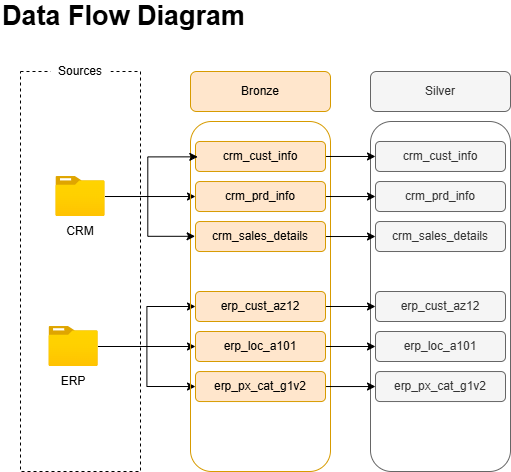
Anushka-Srivastava159/SQL keeps this draw.io diagram as DAta flow diagram.drawio.png. Above is the earlier version. Source tidied: cells renumbered, new cells last; positions are measured from the earlier drawing's top-left corner, leaving out a move shared by most shapes. Its diagram source:
```xml
<mxGraphModel>
  <root>
    <mxCell id="0" />
    <mxCell id="1" parent="0" />
    <mxCell id="2" value="Data Flow Diagram" style="text;html=1;whiteSpace=wrap;strokeColor=none;fillColor=none;align=left;verticalAlign=middle;rounded=0;fontStyle=1;fontSize=27;" parent="1" vertex="1">
      <mxGeometry width="310" height="30" as="geometry" />
    </mxCell>
    <mxCell id="3" style="rounded=0;whiteSpace=wrap;html=1;fillColor=none;dashed=1;" parent="1" vertex="1">
      <mxGeometry x="20" y="70" width="120" height="400" as="geometry" />
    </mxCell>
    <mxCell id="4" value="Sources" style="text;html=1;whiteSpace=wrap;strokeColor=none;fillColor=default;align=center;verticalAlign=middle;rounded=0;" parent="1" vertex="1">
      <mxGeometry x="50" y="50" width="60" height="40" as="geometry" />
    </mxCell>
    <mxCell id="5" style="edgeStyle=orthogonalEdgeStyle;rounded=0;jettySize=auto;html=1;entryX=0;entryY=0.5;entryDx=0;entryDy=0;" parent="1" edge="1" source="6" target="24">
      <mxGeometry relative="1" as="geometry" />
    </mxCell>
    <mxCell id="6" style="image;html=1;points=[];align=center;fontSize=12;image=img/lib/azure2/general/Folder_Blank.svg;" parent="1" vertex="1">
      <mxGeometry x="55.4" y="175" width="49.2" height="40" as="geometry" />
    </mxCell>
    <mxCell id="7" style="edgeStyle=orthogonalEdgeStyle;rounded=0;jettySize=auto;html=1;entryX=0;entryY=0.5;entryDx=0;entryDy=0;" parent="1" edge="1" source="10" target="21">
      <mxGeometry relative="1" as="geometry" />
    </mxCell>
    <mxCell id="8" style="edgeStyle=orthogonalEdgeStyle;rounded=0;jettySize=auto;html=1;entryX=0;entryY=0.5;entryDx=0;entryDy=0;" parent="1" edge="1" source="10" target="27">
      <mxGeometry relative="1" as="geometry" />
    </mxCell>
    <mxCell id="9" style="edgeStyle=orthogonalEdgeStyle;rounded=0;jettySize=auto;html=1;entryX=0;entryY=0.5;entryDx=0;entryDy=0;" parent="1" edge="1" source="10" target="33">
      <mxGeometry relative="1" as="geometry" />
    </mxCell>
    <mxCell id="10" style="image;html=1;points=[];align=center;fontSize=12;image=img/lib/azure2/general/Folder_Blank.svg;" parent="1" vertex="1">
      <mxGeometry x="48.5" y="325" width="49.2" height="40" as="geometry" />
    </mxCell>
    <mxCell id="11" value="CRM" style="text;html=1;whiteSpace=wrap;strokeColor=none;fillColor=none;align=center;verticalAlign=middle;rounded=0;" parent="1" vertex="1">
      <mxGeometry x="55.4" y="215" width="50" height="30" as="geometry" />
    </mxCell>
    <mxCell id="12" value="ERP" style="text;html=1;whiteSpace=wrap;strokeColor=none;fillColor=none;align=center;verticalAlign=middle;rounded=0;" parent="1" vertex="1">
      <mxGeometry x="48.5" y="365" width="50" height="30" as="geometry" />
    </mxCell>
    <mxCell id="13" style="rounded=1;whiteSpace=wrap;html=1;fillColor=none;strokeColor=#d79b00;" parent="1" vertex="1">
      <mxGeometry x="190" y="120" width="140" height="350" as="geometry" />
    </mxCell>
    <mxCell id="14" style="rounded=1;whiteSpace=wrap;html=1;fillColor=none;strokeColor=#666666;fontColor=#333333;" parent="1" vertex="1">
      <mxGeometry x="370" y="120" width="140" height="350" as="geometry" />
    </mxCell>
    <mxCell id="15" value="Bronze" style="text;html=1;whiteSpace=wrap;strokeColor=#d79b00;fillColor=#ffe6cc;align=center;verticalAlign=middle;rounded=1;" parent="1" vertex="1">
      <mxGeometry x="190" y="70" width="140" height="40" as="geometry" />
    </mxCell>
    <mxCell id="16" value="Silver" style="text;html=1;whiteSpace=wrap;strokeColor=#666666;fillColor=#f5f5f5;align=center;verticalAlign=middle;rounded=1;fontColor=#333333;" parent="1" vertex="1">
      <mxGeometry x="370" y="70" width="140" height="40" as="geometry" />
    </mxCell>
    <mxCell id="17" style="edgeStyle=orthogonalEdgeStyle;rounded=0;jettySize=auto;html=1;exitX=1;exitY=0.5;exitDx=0;exitDy=0;entryX=0;entryY=0.5;entryDx=0;entryDy=0;" parent="1" edge="1" source="18" target="19">
      <mxGeometry relative="1" as="geometry" />
    </mxCell>
    <mxCell id="18" value="crm_cust_info" style="text;html=1;whiteSpace=wrap;strokeColor=#d79b00;fillColor=#ffe6cc;align=center;verticalAlign=middle;rounded=1;" parent="1" vertex="1">
      <mxGeometry x="195" y="140" width="130" height="30" as="geometry" />
    </mxCell>
    <mxCell id="19" value="crm_cust_info" style="text;html=1;whiteSpace=wrap;strokeColor=#666666;fillColor=#f5f5f5;align=center;verticalAlign=middle;rounded=1;fontColor=#333333;" parent="1" vertex="1">
      <mxGeometry x="375" y="140" width="130" height="30" as="geometry" />
    </mxCell>
    <mxCell id="20" style="edgeStyle=orthogonalEdgeStyle;rounded=0;jettySize=auto;html=1;exitX=1;exitY=0.5;exitDx=0;exitDy=0;entryX=0;entryY=0.5;entryDx=0;entryDy=0;" parent="1" edge="1" source="21" target="22">
      <mxGeometry relative="1" as="geometry" />
    </mxCell>
    <mxCell id="21" value="erp_cust_az12" style="text;html=1;whiteSpace=wrap;strokeColor=#d79b00;fillColor=#ffe6cc;align=center;verticalAlign=middle;rounded=1;" parent="1" vertex="1">
      <mxGeometry x="195" y="290" width="130" height="30" as="geometry" />
    </mxCell>
    <mxCell id="22" value="erp_cust_az12" style="text;html=1;whiteSpace=wrap;strokeColor=#666666;fillColor=#f5f5f5;align=center;verticalAlign=middle;rounded=1;fontColor=#333333;" parent="1" vertex="1">
      <mxGeometry x="375" y="290" width="130" height="30" as="geometry" />
    </mxCell>
    <mxCell id="23" style="edgeStyle=orthogonalEdgeStyle;rounded=0;jettySize=auto;html=1;exitX=1;exitY=0.5;exitDx=0;exitDy=0;entryX=0;entryY=0.5;entryDx=0;entryDy=0;" parent="1" edge="1" source="24" target="25">
      <mxGeometry relative="1" as="geometry" />
    </mxCell>
    <mxCell id="24" value="crm_prd_info" style="text;html=1;whiteSpace=wrap;strokeColor=#d79b00;fillColor=#ffe6cc;align=center;verticalAlign=middle;rounded=1;" parent="1" vertex="1">
      <mxGeometry x="195" y="180" width="130" height="30" as="geometry" />
    </mxCell>
    <mxCell id="25" value="crm_prd_info" style="text;html=1;whiteSpace=wrap;strokeColor=#666666;fillColor=#f5f5f5;align=center;verticalAlign=middle;rounded=1;fontColor=#333333;" parent="1" vertex="1">
      <mxGeometry x="375" y="180" width="130" height="30" as="geometry" />
    </mxCell>
    <mxCell id="26" style="edgeStyle=orthogonalEdgeStyle;rounded=0;jettySize=auto;html=1;exitX=1;exitY=0.5;exitDx=0;exitDy=0;" parent="1" edge="1" source="27" target="28">
      <mxGeometry relative="1" as="geometry" />
    </mxCell>
    <mxCell id="27" value="erp_loc_a101" style="text;html=1;whiteSpace=wrap;strokeColor=#d79b00;fillColor=#ffe6cc;align=center;verticalAlign=middle;rounded=1;" parent="1" vertex="1">
      <mxGeometry x="195" y="330" width="130" height="30" as="geometry" />
    </mxCell>
    <mxCell id="28" value="erp_loc_a101" style="text;html=1;whiteSpace=wrap;strokeColor=#666666;fillColor=#f5f5f5;align=center;verticalAlign=middle;rounded=1;fontColor=#333333;" parent="1" vertex="1">
      <mxGeometry x="375" y="330" width="130" height="30" as="geometry" />
    </mxCell>
    <mxCell id="29" style="edgeStyle=orthogonalEdgeStyle;rounded=0;jettySize=auto;html=1;exitX=1;exitY=0.5;exitDx=0;exitDy=0;entryX=0;entryY=0.5;entryDx=0;entryDy=0;" parent="1" edge="1" source="30" target="31">
      <mxGeometry relative="1" as="geometry" />
    </mxCell>
    <mxCell id="30" value="crm_sales_details" style="text;html=1;whiteSpace=wrap;strokeColor=#d79b00;fillColor=#ffe6cc;align=center;verticalAlign=middle;rounded=1;" parent="1" vertex="1">
      <mxGeometry x="195" y="220" width="130" height="30" as="geometry" />
    </mxCell>
    <mxCell id="31" value="crm_sales_details" style="text;html=1;whiteSpace=wrap;strokeColor=#666666;fillColor=#f5f5f5;align=center;verticalAlign=middle;rounded=1;fontColor=#333333;" parent="1" vertex="1">
      <mxGeometry x="375" y="220" width="130" height="30" as="geometry" />
    </mxCell>
    <mxCell id="32" style="edgeStyle=orthogonalEdgeStyle;rounded=0;jettySize=auto;html=1;exitX=1;exitY=0.5;exitDx=0;exitDy=0;entryX=0;entryY=0.5;entryDx=0;entryDy=0;" parent="1" edge="1" source="33" target="34">
      <mxGeometry relative="1" as="geometry" />
    </mxCell>
    <mxCell id="33" value="erp_px_cat_g1v2" style="text;html=1;whiteSpace=wrap;strokeColor=#d79b00;fillColor=#ffe6cc;align=center;verticalAlign=middle;rounded=1;" parent="1" vertex="1">
      <mxGeometry x="195" y="370" width="130" height="30" as="geometry" />
    </mxCell>
    <mxCell id="34" value="erp_px_cat_g1v2" style="text;html=1;whiteSpace=wrap;strokeColor=#666666;fillColor=#f5f5f5;align=center;verticalAlign=middle;rounded=1;fontColor=#333333;" parent="1" vertex="1">
      <mxGeometry x="375" y="370" width="130" height="30" as="geometry" />
    </mxCell>
    <mxCell id="35" style="edgeStyle=orthogonalEdgeStyle;rounded=0;jettySize=auto;html=1;entryX=0.052;entryY=0.101;entryDx=0;entryDy=0;entryPerimeter=0;" parent="1" edge="1" source="6" target="13">
      <mxGeometry relative="1" as="geometry" />
    </mxCell>
    <mxCell id="36" style="edgeStyle=orthogonalEdgeStyle;rounded=0;jettySize=auto;html=1;entryX=0.033;entryY=0.328;entryDx=0;entryDy=0;entryPerimeter=0;" parent="1" edge="1" source="6" target="13">
      <mxGeometry relative="1" as="geometry" />
    </mxCell>
  </root>
</mxGraphModel>
```
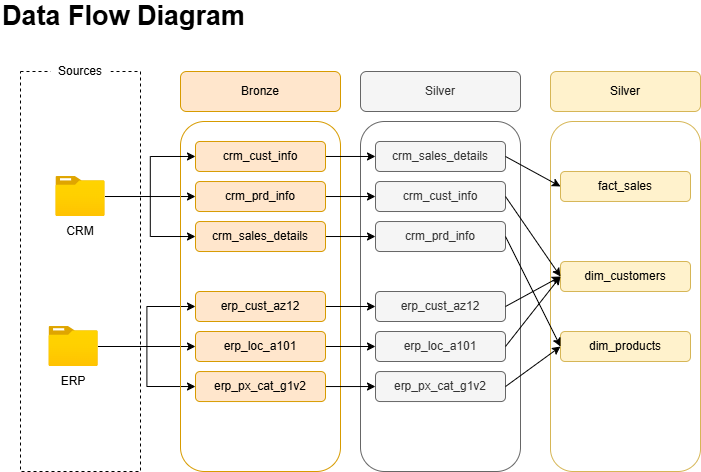
Above is the later version.

Commit message:
Update Data flow diagram.drawio.png

The edit, as a diff of the source:
```diff
@@ -36,26 +36,35 @@
       <mxGeometry x="48.5" y="365" width="50" height="30" as="geometry" />
     </mxCell>
     <mxCell id="13" style="rounded=1;whiteSpace=wrap;html=1;fillColor=none;strokeColor=#d79b00;" parent="1" vertex="1">
-      <mxGeometry x="190" y="120" width="140" height="350" as="geometry" />
+      <mxGeometry x="180" y="120" width="160" height="350" as="geometry" />
     </mxCell>
     <mxCell id="14" style="rounded=1;whiteSpace=wrap;html=1;fillColor=none;strokeColor=#666666;fontColor=#333333;" parent="1" vertex="1">
-      <mxGeometry x="370" y="120" width="140" height="350" as="geometry" />
+      <mxGeometry x="360" y="120" width="160" height="350" as="geometry" />
     </mxCell>
+    <mxCell id="37" style="rounded=1;whiteSpace=wrap;html=1;fillColor=none;strokeColor=#d6b656;" parent="1" vertex="1">
+      <mxGeometry x="550" y="120" width="150" height="350" as="geometry" />
+    </mxCell>
     <mxCell id="15" value="Bronze" style="text;html=1;whiteSpace=wrap;strokeColor=#d79b00;fillColor=#ffe6cc;align=center;verticalAlign=middle;rounded=1;" parent="1" vertex="1">
-      <mxGeometry x="190" y="70" width="140" height="40" as="geometry" />
+      <mxGeometry x="180" y="70" width="160" height="40" as="geometry" />
     </mxCell>
     <mxCell id="16" value="Silver" style="text;html=1;whiteSpace=wrap;strokeColor=#666666;fillColor=#f5f5f5;align=center;verticalAlign=middle;rounded=1;fontColor=#333333;" parent="1" vertex="1">
-      <mxGeometry x="370" y="70" width="140" height="40" as="geometry" />
+      <mxGeometry x="360" y="70" width="160" height="40" as="geometry" />
     </mxCell>
+    <mxCell id="38" value="Silver" style="text;html=1;whiteSpace=wrap;strokeColor=#d6b656;fillColor=#fff2cc;align=center;verticalAlign=middle;rounded=1;" parent="1" vertex="1">
+      <mxGeometry x="550" y="70" width="150" height="40" as="geometry" />
+    </mxCell>
     <mxCell id="17" style="edgeStyle=orthogonalEdgeStyle;rounded=0;jettySize=auto;html=1;exitX=1;exitY=0.5;exitDx=0;exitDy=0;entryX=0;entryY=0.5;entryDx=0;entryDy=0;" parent="1" edge="1" source="18" target="19">
       <mxGeometry relative="1" as="geometry" />
     </mxCell>
     <mxCell id="18" value="crm_cust_info" style="text;html=1;whiteSpace=wrap;strokeColor=#d79b00;fillColor=#ffe6cc;align=center;verticalAlign=middle;rounded=1;" parent="1" vertex="1">
       <mxGeometry x="195" y="140" width="130" height="30" as="geometry" />
     </mxCell>
-    <mxCell id="19" value="crm_cust_info" style="text;html=1;whiteSpace=wrap;strokeColor=#666666;fillColor=#f5f5f5;align=center;verticalAlign=middle;rounded=1;fontColor=#333333;" parent="1" vertex="1">
+    <mxCell id="19" value="crm_sales_details" style="text;html=1;whiteSpace=wrap;strokeColor=#666666;fillColor=#f5f5f5;align=center;verticalAlign=middle;rounded=1;fontColor=#333333;" parent="1" vertex="1">
       <mxGeometry x="375" y="140" width="130" height="30" as="geometry" />
     </mxCell>
+    <mxCell id="39" value="fact_sales" style="text;html=1;whiteSpace=wrap;strokeColor=#d6b656;fillColor=#fff2cc;align=center;verticalAlign=middle;rounded=1;" parent="1" vertex="1">
+      <mxGeometry x="560" y="170" width="130" height="30" as="geometry" />
+    </mxCell>
     <mxCell id="20" style="edgeStyle=orthogonalEdgeStyle;rounded=0;jettySize=auto;html=1;exitX=1;exitY=0.5;exitDx=0;exitDy=0;entryX=0;entryY=0.5;entryDx=0;entryDy=0;" parent="1" edge="1" source="21" target="22">
       <mxGeometry relative="1" as="geometry" />
     </mxCell>
@@ -71,9 +80,12 @@
     <mxCell id="24" value="crm_prd_info" style="text;html=1;whiteSpace=wrap;strokeColor=#d79b00;fillColor=#ffe6cc;align=center;verticalAlign=middle;rounded=1;" parent="1" vertex="1">
       <mxGeometry x="195" y="180" width="130" height="30" as="geometry" />
     </mxCell>
-    <mxCell id="25" value="crm_prd_info" style="text;html=1;whiteSpace=wrap;strokeColor=#666666;fillColor=#f5f5f5;align=center;verticalAlign=middle;rounded=1;fontColor=#333333;" parent="1" vertex="1">
+    <mxCell id="25" value="crm_cust_info" style="text;html=1;whiteSpace=wrap;strokeColor=#666666;fillColor=#f5f5f5;align=center;verticalAlign=middle;rounded=1;fontColor=#333333;" parent="1" vertex="1">
       <mxGeometry x="375" y="180" width="130" height="30" as="geometry" />
     </mxCell>
+    <mxCell id="40" value="dim_customers" style="text;html=1;whiteSpace=wrap;strokeColor=#d6b656;fillColor=#fff2cc;align=center;verticalAlign=middle;rounded=1;" parent="1" vertex="1">
+      <mxGeometry x="560" y="260" width="130" height="30" as="geometry" />
+    </mxCell>
     <mxCell id="26" style="edgeStyle=orthogonalEdgeStyle;rounded=0;jettySize=auto;html=1;exitX=1;exitY=0.5;exitDx=0;exitDy=0;" parent="1" edge="1" source="27" target="28">
       <mxGeometry relative="1" as="geometry" />
     </mxCell>
@@ -89,9 +101,12 @@
     <mxCell id="30" value="crm_sales_details" style="text;html=1;whiteSpace=wrap;strokeColor=#d79b00;fillColor=#ffe6cc;align=center;verticalAlign=middle;rounded=1;" parent="1" vertex="1">
       <mxGeometry x="195" y="220" width="130" height="30" as="geometry" />
     </mxCell>
-    <mxCell id="31" value="crm_sales_details" style="text;html=1;whiteSpace=wrap;strokeColor=#666666;fillColor=#f5f5f5;align=center;verticalAlign=middle;rounded=1;fontColor=#333333;" parent="1" vertex="1">
+    <mxCell id="31" value="crm_prd_info" style="text;html=1;whiteSpace=wrap;strokeColor=#666666;fillColor=#f5f5f5;align=center;verticalAlign=middle;rounded=1;fontColor=#333333;" parent="1" vertex="1">
       <mxGeometry x="375" y="220" width="130" height="30" as="geometry" />
     </mxCell>
+    <mxCell id="41" value="dim_products" style="text;html=1;whiteSpace=wrap;strokeColor=#d6b656;fillColor=#fff2cc;align=center;verticalAlign=middle;rounded=1;" parent="1" vertex="1">
+      <mxGeometry x="560" y="330" width="130" height="30" as="geometry" />
+    </mxCell>
     <mxCell id="32" style="edgeStyle=orthogonalEdgeStyle;rounded=0;jettySize=auto;html=1;exitX=1;exitY=0.5;exitDx=0;exitDy=0;entryX=0;entryY=0.5;entryDx=0;entryDy=0;" parent="1" edge="1" source="33" target="34">
       <mxGeometry relative="1" as="geometry" />
     </mxCell>
@@ -101,11 +116,29 @@
     <mxCell id="34" value="erp_px_cat_g1v2" style="text;html=1;whiteSpace=wrap;strokeColor=#666666;fillColor=#f5f5f5;align=center;verticalAlign=middle;rounded=1;fontColor=#333333;" parent="1" vertex="1">
       <mxGeometry x="375" y="370" width="130" height="30" as="geometry" />
     </mxCell>
-    <mxCell id="35" style="edgeStyle=orthogonalEdgeStyle;rounded=0;jettySize=auto;html=1;entryX=0.052;entryY=0.101;entryDx=0;entryDy=0;entryPerimeter=0;" parent="1" edge="1" source="6" target="13">
+    <mxCell id="35" style="edgeStyle=orthogonalEdgeStyle;rounded=0;jettySize=auto;html=1;entryX=0;entryY=0.5;entryDx=0;entryDy=0;" parent="1" edge="1" source="6" target="18">
       <mxGeometry relative="1" as="geometry" />
     </mxCell>
-    <mxCell id="36" style="edgeStyle=orthogonalEdgeStyle;rounded=0;jettySize=auto;html=1;entryX=0.033;entryY=0.328;entryDx=0;entryDy=0;entryPerimeter=0;" parent="1" edge="1" source="6" target="13">
+    <mxCell id="36" style="edgeStyle=orthogonalEdgeStyle;rounded=0;jettySize=auto;html=1;entryX=0;entryY=0.5;entryDx=0;entryDy=0;" parent="1" edge="1" source="6" target="30">
       <mxGeometry relative="1" as="geometry" />
     </mxCell>
+    <mxCell id="42" style="endArrow=classic;html=1;rounded=0;exitX=1;exitY=0.5;exitDx=0;exitDy=0;entryX=0;entryY=0.5;entryDx=0;entryDy=0;" parent="1" edge="1" source="19" target="39">
+      <mxGeometry relative="1" as="geometry" />
+    </mxCell>
+    <mxCell id="43" style="endArrow=classic;html=1;rounded=0;exitX=1;exitY=0.5;exitDx=0;exitDy=0;entryX=0;entryY=0.5;entryDx=0;entryDy=0;" parent="1" edge="1" source="25" target="40">
+      <mxGeometry relative="1" as="geometry" />
+    </mxCell>
+    <mxCell id="44" style="endArrow=classic;html=1;rounded=0;exitX=1;exitY=0.5;exitDx=0;exitDy=0;entryX=0;entryY=0.5;entryDx=0;entryDy=0;" parent="1" edge="1" source="31" target="41">
+      <mxGeometry relative="1" as="geometry" />
+    </mxCell>
+    <mxCell id="45" style="endArrow=classic;html=1;rounded=0;exitX=1;exitY=0.5;exitDx=0;exitDy=0;entryX=0;entryY=0.5;entryDx=0;entryDy=0;" parent="1" edge="1" source="22" target="40">
+      <mxGeometry relative="1" as="geometry" />
+    </mxCell>
+    <mxCell id="46" style="endArrow=classic;html=1;rounded=0;exitX=1;exitY=0.5;exitDx=0;exitDy=0;entryX=0;entryY=0.5;entryDx=0;entryDy=0;" parent="1" edge="1" source="28" target="40">
+      <mxGeometry relative="1" as="geometry" />
+    </mxCell>
+    <mxCell id="47" style="endArrow=classic;html=1;rounded=0;exitX=1;exitY=0.5;exitDx=0;exitDy=0;entryX=0;entryY=0.5;entryDx=0;entryDy=0;" parent="1" edge="1" source="34" target="41">
+      <mxGeometry relative="1" as="geometry" />
+    </mxCell>
   </root>
 </mxGraphModel>
```
